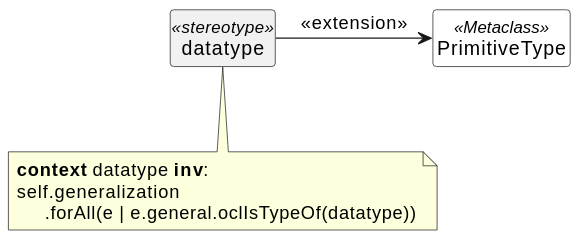
The PlantUML diagram docs/uml-profile-datatype.svg in sdm-lang/tree-sitter-sdml, before a commit.
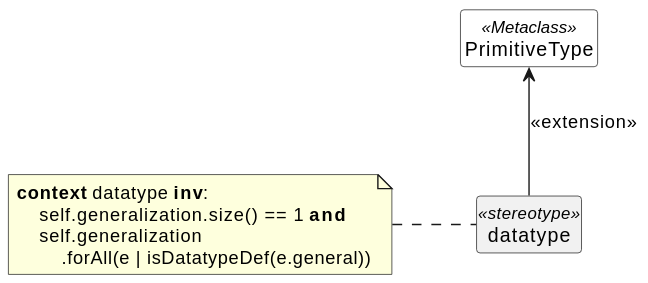
The same file after the commit.

The edit, as a diff of the source:
```diff
@@ -1,12 +1,20 @@
 @startuml
 skinparam backgroundColor transparent
+skinparam style strictuml
+skinparam linetype polyline
+skinparam nodesep 60
+
 hide circle
 hide members
 
 class PrimitiveType <<Metaclass>> #white {}
 class datatype <<stereotype>> {}
-datatype -r-> PrimitiveType: <<extension>>
+datatype -up-> PrimitiveType: <<extension>>
 
-note "**context** datatype **inv**:\nself.generalization\n     .forAll(e | e.general.oclIsTypeOf(datatype))" as gendatatype
-datatype .. gendatatype
+note left of datatype
+**context** datatype **inv**:
+    self.generalization.size() == 1 **and**
+    self.generalization
+        .forAll(e | isDatatypeDef(e.general))
+end note
 @enduml
```
